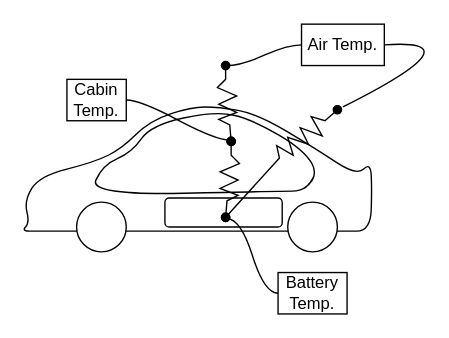
The draw.io diagram BEV thrml model diagram.drawio in calbaker/vector_graphics, before the edit. Source tidied: cells renumbered, new cells numbered last; positions are measured from the earlier drawing's top-left corner, leaving out a move shared by most shapes. Both pictures are drawn from the tidied source at 138%, with x=0, y=0 at pixel (21, 21).
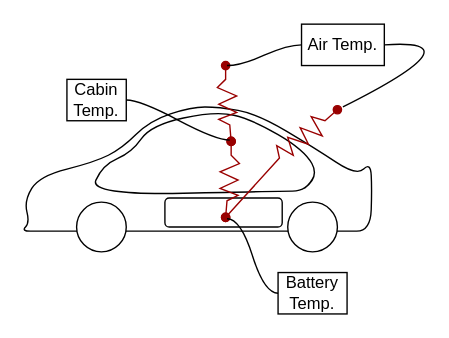
Above is the later version.

What changed in the source:
```diff
@@
-    <mxCell id="7" style="endArrow=oval;html=1;rounded=0;strokeColor=light-dark(#000000,#CC0000);startArrow=oval;startFill=1;endFill=1;" parent="1" edge="1">
+    <mxCell id="7" style="endArrow=oval;html=1;rounded=0;strokeColor=light-dark(#990000,#CC0000);startArrow=oval;startFill=1;endFill=1;" parent="1" edge="1">
       <mxGeometry relative="1" as="geometry">
         <mxPoint x="148" y="142" as="sourcePoint" />
         <mxPoint x="152" y="87" as="targetPoint" />
         <Array as="points">
           <mxPoint x="149" y="130" />
           <mxPoint x="157" y="126" />
           <mxPoint x="144" y="121" />
           <mxPoint x="157" y="115" />
           <mxPoint x="144" y="109" />
           <mxPoint x="158" y="103" />
           <mxPoint x="152" y="97" />
         </Array>
       </mxGeometry>
     </mxCell>
-    <mxCell id="8" style="endArrow=oval;html=1;rounded=0;strokeColor=light-dark(#000000,#CC0000);startArrow=oval;startFill=1;endFill=1;" parent="1" edge="1">
+    <mxCell id="8" style="endArrow=oval;html=1;rounded=0;strokeColor=light-dark(#990000,#CC0000);startArrow=oval;startFill=1;endFill=1;" parent="1" edge="1">
       <mxGeometry relative="1" as="geometry">
         <mxPoint x="148" y="142" as="sourcePoint" />
         <mxPoint x="229" y="64" as="targetPoint" />
         <Array as="points">
           <mxPoint x="187" y="99" />
           <mxPoint x="185" y="90" />
           <mxPoint x="197" y="97" />
           <mxPoint x="193" y="84" />
           <mxPoint x="208" y="89" />
           <mxPoint x="202" y="77" />
           <mxPoint x="218" y="83" />
           <mxPoint x="210" y="69" />
           <mxPoint x="220" y="72" />
         </Array>
       </mxGeometry>
     </mxCell>
-    <mxCell id="9" style="endArrow=oval;html=1;rounded=0;strokeColor=light-dark(#000000,#CC0000);startArrow=oval;startFill=1;endFill=1;" parent="1" edge="1">
+    <mxCell id="9" style="endArrow=oval;html=1;rounded=0;strokeColor=light-dark(#990000,#CC0000);startArrow=oval;startFill=1;endFill=1;" parent="1" edge="1">
       <mxGeometry relative="1" as="geometry">
         <mxPoint x="152" y="87" as="sourcePoint" />
         <mxPoint x="148" y="32" as="targetPoint" />
         <Array as="points">
           <mxPoint x="151" y="75" />
           <mxPoint x="143" y="71" />
           <mxPoint x="156" y="66" />
           <mxPoint x="143" y="60" />
           <mxPoint x="156" y="54" />
           <mxPoint x="142" y="48" />
           <mxPoint x="148" y="42" />
         </Array>
       </mxGeometry>
     </mxCell>
```
